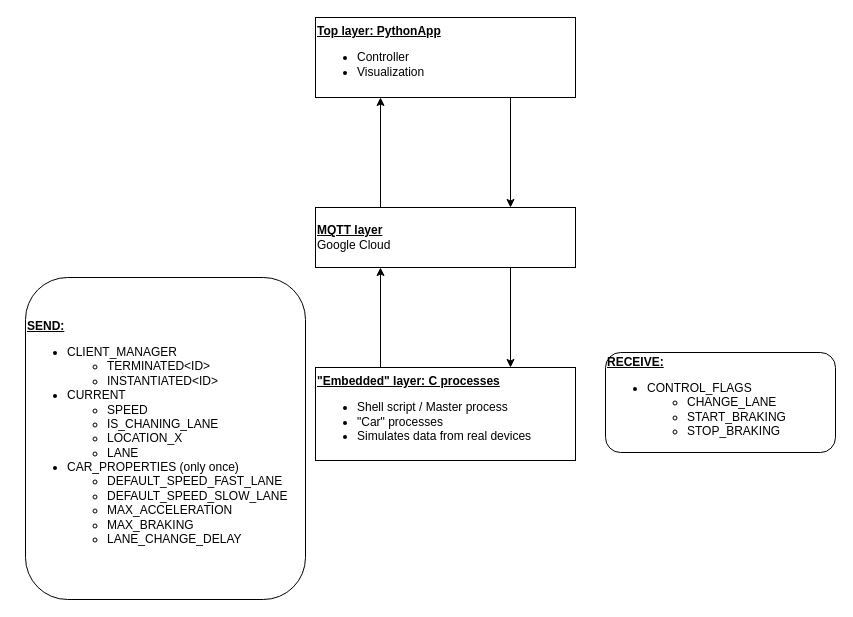
RTOS-Team-2/htcs keeps this draw.io diagram as Architecture.drawio. Above is the earlier version. Source tidied: cells renumbered, new cells numbered last; positions are measured from the earlier drawing's top-left corner, leaving out a move shared by most shapes. Both pictures are drawn from the tidied source at 100%, with x=0, y=0 at pixel (25, 17).
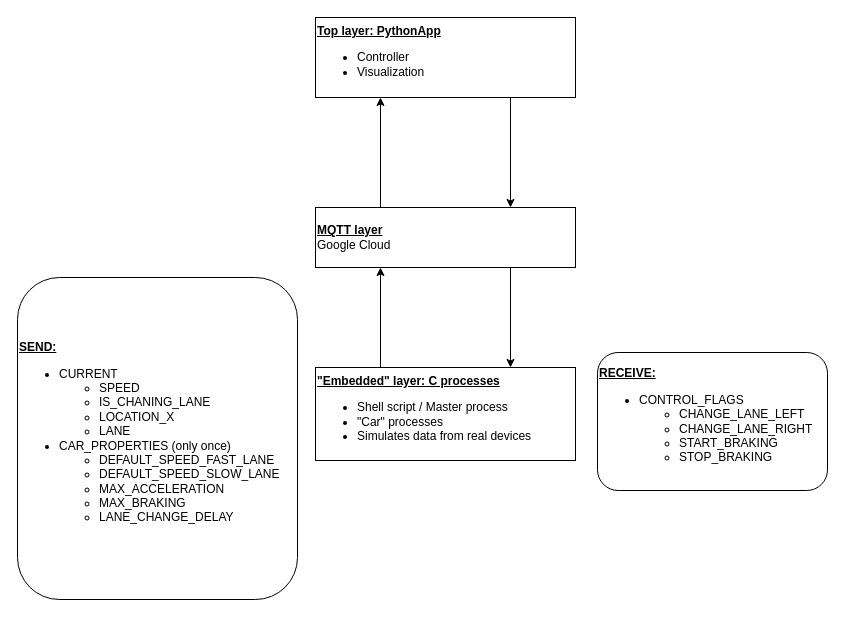
The same page after the edit.

Diff of the diagram source:
```diff
@@
 <mxGraphModel>
   <root>
     <mxCell id="0" />
     <mxCell id="1" parent="0" />
     <mxCell id="2" value="&lt;b&gt;&lt;u&gt;Top layer: PythonApp&lt;/u&gt;&lt;/b&gt;&lt;br&gt;&lt;div&gt;&lt;ul&gt;&lt;li&gt;Controller&lt;/li&gt;&lt;li&gt;Visualization&lt;/li&gt;&lt;/ul&gt;&lt;/div&gt;" style="rounded=0;whiteSpace=wrap;html=1;align=left;" parent="1" vertex="1">
       <mxGeometry x="290" width="260" height="80" as="geometry" />
     </mxCell>
     <mxCell id="3" value="&lt;u&gt;&lt;b&gt;MQTT layer&lt;br&gt;&lt;/b&gt;&lt;/u&gt;&lt;span&gt;Google Cloud&lt;/span&gt;&lt;u&gt;&lt;b&gt;&lt;br&gt;&lt;/b&gt;&lt;/u&gt;" style="rounded=0;whiteSpace=wrap;html=1;align=left;" parent="1" vertex="1">
       <mxGeometry x="290" y="190" width="260" height="60" as="geometry" />
     </mxCell>
     <mxCell id="4" style="endArrow=classic;html=1;exitX=0.75;exitY=1;exitDx=0;exitDy=0;entryX=0.75;entryY=0;entryDx=0;entryDy=0;" parent="1" edge="1" source="2" target="3">
       <mxGeometry relative="1" as="geometry" />
     </mxCell>
     <mxCell id="5" style="endArrow=classic;html=1;entryX=0.25;entryY=1;entryDx=0;entryDy=0;exitX=0.25;exitY=0;exitDx=0;exitDy=0;" parent="1" edge="1" source="3" target="2">
       <mxGeometry relative="1" as="geometry" />
     </mxCell>
     <mxCell id="6" style="endArrow=classic;html=1;exitX=0.25;exitY=0;exitDx=0;exitDy=0;entryX=0.25;entryY=1;entryDx=0;entryDy=0;" parent="1" edge="1" target="3">
       <mxGeometry relative="1" as="geometry">
         <mxPoint x="355" y="350" as="sourcePoint" />
       </mxGeometry>
     </mxCell>
     <mxCell id="7" style="endArrow=classic;html=1;exitX=0.75;exitY=1;exitDx=0;exitDy=0;entryX=0.75;entryY=0;entryDx=0;entryDy=0;" parent="1" edge="1" source="3">
       <mxGeometry relative="1" as="geometry">
         <mxPoint x="485" y="350" as="targetPoint" />
       </mxGeometry>
     </mxCell>
-    <mxCell id="8" value="&lt;u style=&quot;font-weight: bold&quot;&gt;RECEIVE:&lt;/u&gt;&lt;br&gt;&lt;ul&gt;&lt;li&gt;CONTROL_FLAGS&lt;/li&gt;&lt;ul&gt;&lt;li&gt;CHANGE_LANE&lt;/li&gt;&lt;li&gt;START_BRAKING&lt;/li&gt;&lt;li&gt;STOP_BRAKING&lt;/li&gt;&lt;/ul&gt;&lt;/ul&gt;" style="rounded=1;whiteSpace=wrap;html=1;align=left;" parent="1" vertex="1">
-      <mxGeometry x="580" y="335" width="230" height="100" as="geometry" />
+    <mxCell id="8" value="&lt;u style=&quot;font-weight: bold&quot;&gt;RECEIVE:&lt;/u&gt;&lt;br&gt;&lt;ul&gt;&lt;li&gt;CONTROL_FLAGS&lt;/li&gt;&lt;ul&gt;&lt;li&gt;CHANGE_LANE_LEFT&lt;/li&gt;&lt;li&gt;CHANGE_LANE_RIGHT&lt;/li&gt;&lt;li&gt;START_BRAKING&lt;/li&gt;&lt;li&gt;STOP_BRAKING&lt;/li&gt;&lt;/ul&gt;&lt;/ul&gt;" style="rounded=1;whiteSpace=wrap;html=1;align=left;" parent="1" vertex="1">
+      <mxGeometry x="572" y="335" width="230" height="138" as="geometry" />
     </mxCell>
-    <mxCell id="9" value="&lt;b&gt;&lt;u&gt;SEND:&lt;/u&gt;&lt;/b&gt;&lt;br&gt;&lt;ul&gt;&lt;li&gt;CLIENT_MANAGER&lt;/li&gt;&lt;ul&gt;&lt;li&gt;TERMINATED&amp;lt;ID&amp;gt;&lt;/li&gt;&lt;li&gt;INSTANTIATED&amp;lt;ID&amp;gt;&lt;/li&gt;&lt;/ul&gt;&lt;li&gt;CURRENT&lt;/li&gt;&lt;ul&gt;&lt;li&gt;SPEED&lt;/li&gt;&lt;li&gt;IS_CHANING_LANE&lt;/li&gt;&lt;li&gt;LOCATION_X&lt;/li&gt;&lt;li&gt;LANE&lt;/li&gt;&lt;/ul&gt;&lt;li&gt;CAR_PROPERTIES (only once)&lt;/li&gt;&lt;ul&gt;&lt;li&gt;DEFAULT_SPEED_FAST_LANE&lt;/li&gt;&lt;li&gt;DEFAULT_SPEED_SLOW_LANE&lt;/li&gt;&lt;li&gt;MAX_ACCELERATION&lt;/li&gt;&lt;li&gt;MAX_BRAKING&lt;/li&gt;&lt;li&gt;LANE_CHANGE_DELAY&lt;/li&gt;&lt;/ul&gt;&lt;/ul&gt;" style="rounded=1;whiteSpace=wrap;html=1;align=left;" parent="1" vertex="1">
-      <mxGeometry y="260" width="280" height="322" as="geometry" />
+    <mxCell id="9" value="&lt;b&gt;&lt;u&gt;SEND:&lt;/u&gt;&lt;/b&gt;&lt;ul&gt;&lt;li&gt;CURRENT&lt;/li&gt;&lt;ul&gt;&lt;li&gt;SPEED&lt;/li&gt;&lt;li&gt;IS_CHANING_LANE&lt;/li&gt;&lt;li&gt;LOCATION_X&lt;/li&gt;&lt;li&gt;LANE&lt;/li&gt;&lt;/ul&gt;&lt;li&gt;CAR_PROPERTIES (only once)&lt;/li&gt;&lt;ul&gt;&lt;li&gt;DEFAULT_SPEED_FAST_LANE&lt;/li&gt;&lt;li&gt;DEFAULT_SPEED_SLOW_LANE&lt;/li&gt;&lt;li&gt;MAX_ACCELERATION&lt;/li&gt;&lt;li&gt;MAX_BRAKING&lt;/li&gt;&lt;li&gt;LANE_CHANGE_DELAY&lt;/li&gt;&lt;/ul&gt;&lt;/ul&gt;" style="rounded=1;whiteSpace=wrap;html=1;align=left;" parent="1" vertex="1">
+      <mxGeometry x="-8" y="260" width="280" height="322" as="geometry" />
     </mxCell>
     <mxCell id="10" value="&lt;u style=&quot;font-weight: bold&quot;&gt;&quot;Embedded&quot; layer: C processes&lt;/u&gt;&lt;br&gt;&lt;ul&gt;&lt;li&gt;Shell script / Master process&lt;/li&gt;&lt;li&gt;&quot;Car&quot; processes&lt;/li&gt;&lt;li&gt;Simulates data from real devices&lt;/li&gt;&lt;/ul&gt;" style="rounded=0;whiteSpace=wrap;html=1;align=left;" parent="1" vertex="1">
       <mxGeometry x="290" y="350" width="260" height="93" as="geometry" />
     </mxCell>
   </root>
 </mxGraphModel>
```
